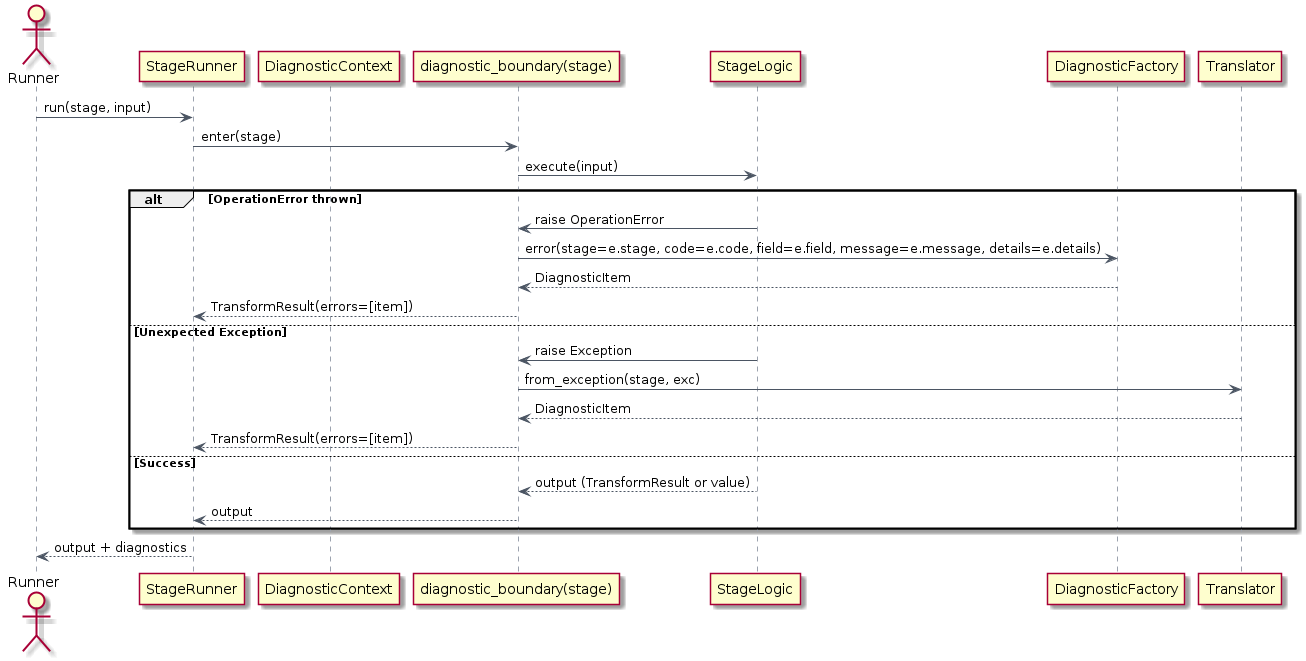
The PlantUML diagram docs/uml/pipeline/diagnostic_layer/diagnostic_layer_sequence.png in xORex-LC/nexus-etl, before a commit. Its source is kept beside it as docs/uml/pipeline/diagnostic_layer/diagnostic_layer_sequence.puml. Its diagram source:
```plantuml
@startuml
skinparam backgroundColor white
skinparam linetype ortho
skinparam defaultFontName Arial
skinparam SequenceArrowColor #4b5563
skinparam SequenceLifeLineBorderColor #9ca3af
actor Runner as R
participant "StageRunner" as SR
participant "DiagnosticContext" as C
participant "diagnostic_boundary(stage)" as B
participant "StageLogic" as S
participant "DiagnosticFactory" as F
participant "Translator" as T

R -> SR : run(stage, input)
SR -> B : enter(stage)
B -> S : execute(input)

alt OperationError thrown
  S -> B : raise OperationError
  B -> F : error(stage=e.stage, code=e.code, field=e.field, message=e.message, details=e.details)
  F --> B : DiagnosticItem
  B --> SR : TransformResult(errors=[item])
else Unexpected Exception
  S -> B : raise Exception
  B -> T : from_exception(stage, exc)
  T --> B : DiagnosticItem
  B --> SR : TransformResult(errors=[item])
else Success
  S --> B : output (TransformResult or value)
  B --> SR : output
end

SR --> R : output + diagnostics
@enduml
```
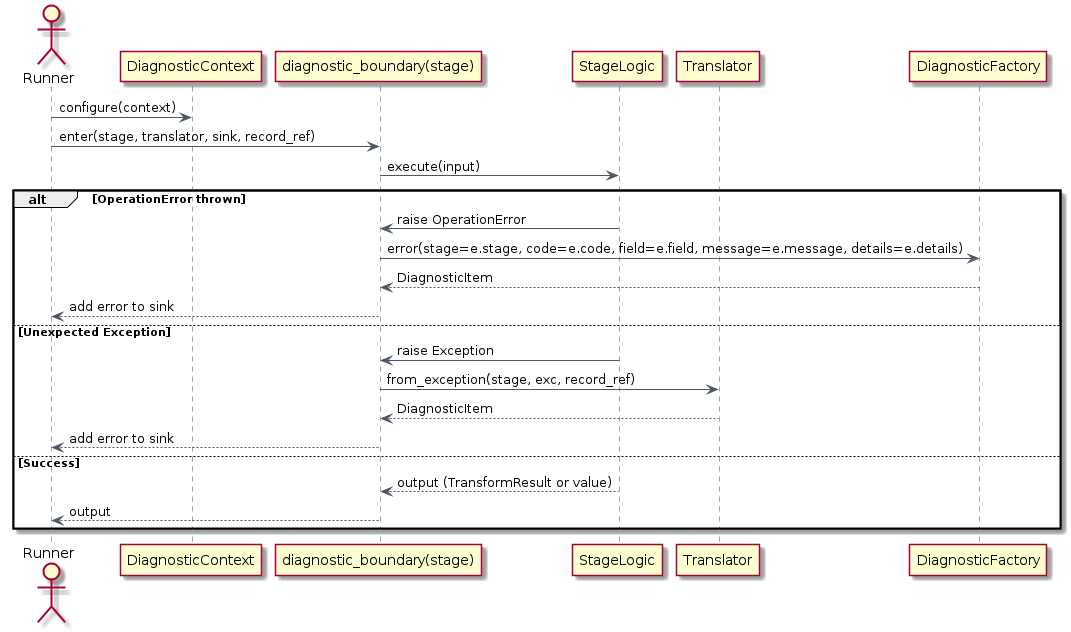
The same diagram one commit later.

Diff of the diagram source:
```diff
@@ -5,31 +5,28 @@
 skinparam SequenceArrowColor #4b5563
 skinparam SequenceLifeLineBorderColor #9ca3af
 actor Runner as R
-participant "StageRunner" as SR
 participant "DiagnosticContext" as C
 participant "diagnostic_boundary(stage)" as B
 participant "StageLogic" as S
+participant "Translator" as T
 participant "DiagnosticFactory" as F
-participant "Translator" as T
 
-R -> SR : run(stage, input)
-SR -> B : enter(stage)
+R -> C : configure(context)
+R -> B : enter(stage, translator, sink, record_ref)
 B -> S : execute(input)
 
 alt OperationError thrown
   S -> B : raise OperationError
   B -> F : error(stage=e.stage, code=e.code, field=e.field, message=e.message, details=e.details)
   F --> B : DiagnosticItem
-  B --> SR : TransformResult(errors=[item])
+  B --> R : add error to sink
 else Unexpected Exception
   S -> B : raise Exception
-  B -> T : from_exception(stage, exc)
+  B -> T : from_exception(stage, exc, record_ref)
   T --> B : DiagnosticItem
-  B --> SR : TransformResult(errors=[item])
+  B --> R : add error to sink
 else Success
   S --> B : output (TransformResult or value)
-  B --> SR : output
+  B --> R : output
 end
-
-SR --> R : output + diagnostics
 @enduml
```
